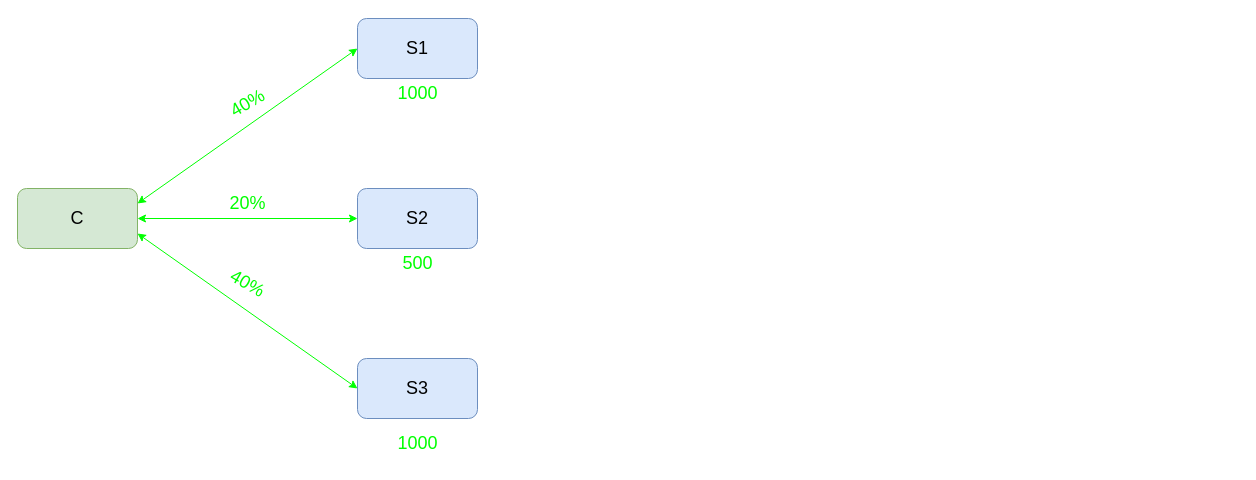
Before: tech/zzscf/权重.drawio in zhuanzhuan-tech/arch-draw-io, a draw.io diagram. Source tidied: cells renumbered, new cells numbered last; positions are measured from the earlier drawing's top-left corner, leaving out a move shared by most shapes. Both pictures are drawn from the tidied source at 100%, with x=0, y=0 at pixel (17, 18).
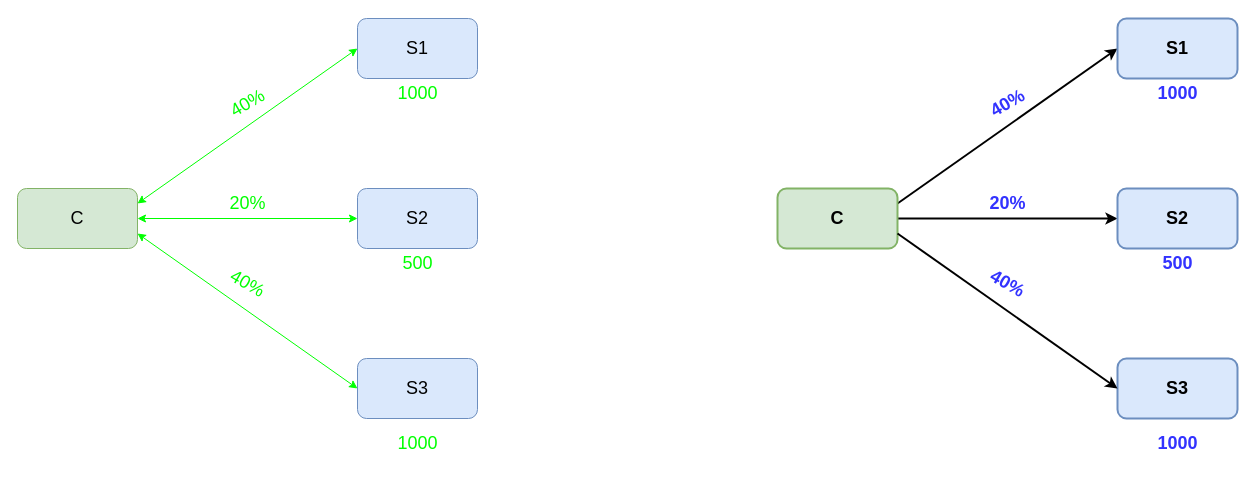
Above is the later version.

Change to the diagram source:
```diff
@@
+    <mxCell id="15" style="jettySize=auto;html=1;exitX=1;exitY=0.25;exitDx=0;exitDy=0;entryX=0;entryY=0.5;entryDx=0;entryDy=0;rounded=0;fontSize=18;startArrow=none;startFill=0;strokeColor=#000000;strokeWidth=2;" parent="1" edge="1" source="17" target="18">
+      <mxGeometry relative="1" as="geometry" />
+    </mxCell>
+    <mxCell id="16" style="edgeStyle=none;rounded=0;jettySize=auto;html=1;entryX=0;entryY=0.5;entryDx=0;entryDy=0;exitX=1;exitY=0.5;exitDx=0;exitDy=0;fontSize=18;startArrow=none;startFill=0;strokeColor=#000000;strokeWidth=2;" parent="1" edge="1" source="17" target="19">
+      <mxGeometry relative="1" as="geometry" />
+    </mxCell>
+    <mxCell id="17" value="&lt;b&gt;C&lt;/b&gt;" style="rounded=1;whiteSpace=wrap;html=1;fontSize=18;fillColor=#d5e8d4;strokeColor=#82b366;strokeWidth=2;" parent="1" vertex="1">
+      <mxGeometry x="760" y="170" width="120" height="60" as="geometry" />
+    </mxCell>
+    <mxCell id="18" value="&lt;b&gt;S1&lt;/b&gt;" style="rounded=1;whiteSpace=wrap;html=1;fontSize=18;fillColor=#dae8fc;strokeColor=#6c8ebf;strokeWidth=2;" parent="1" vertex="1">
+      <mxGeometry x="1100" width="120" height="60" as="geometry" />
+    </mxCell>
+    <mxCell id="19" value="&lt;b&gt;S2&lt;/b&gt;" style="rounded=1;whiteSpace=wrap;html=1;fontSize=18;fillColor=#dae8fc;strokeColor=#6c8ebf;strokeWidth=2;" parent="1" vertex="1">
+      <mxGeometry x="1100" y="170" width="120" height="60" as="geometry" />
+    </mxCell>
+    <mxCell id="20" value="&lt;b&gt;S3&lt;/b&gt;" style="rounded=1;whiteSpace=wrap;html=1;fontSize=18;fillColor=#dae8fc;strokeColor=#6c8ebf;strokeWidth=2;" parent="1" vertex="1">
+      <mxGeometry x="1100" y="340" width="120" height="60" as="geometry" />
+    </mxCell>
+    <mxCell id="21" value="20%" style="text;html=1;align=center;verticalAlign=middle;fillColor=none;strokeColor=none;rounded=0;fontSize=18;fontColor=#3333FF;fontStyle=1;" parent="1" vertex="1">
+      <mxGeometry x="960" y="165" width="60" height="40" as="geometry" />
+    </mxCell>
+    <mxCell id="22" style="jettySize=auto;html=1;exitX=1;exitY=0.75;exitDx=0;exitDy=0;entryX=0;entryY=0.5;entryDx=0;entryDy=0;rounded=0;fontSize=18;startArrow=none;startFill=0;strokeColor=#000000;strokeWidth=2;" parent="1" edge="1" source="17" target="20">
+      <mxGeometry relative="1" as="geometry" />
+    </mxCell>
+    <mxCell id="23" value="40%" style="text;html=1;align=center;verticalAlign=middle;fillColor=none;strokeColor=none;rounded=0;fontSize=18;fontColor=#3333FF;rotation=-30;fontStyle=1;" parent="1" vertex="1">
+      <mxGeometry x="960" y="65" width="60" height="40" as="geometry" />
+    </mxCell>
+    <mxCell id="24" value="40%" style="text;html=1;align=center;verticalAlign=middle;fillColor=none;strokeColor=none;rounded=0;fontSize=18;fontColor=#3333FF;rotation=30;fontStyle=1;" parent="1" vertex="1">
+      <mxGeometry x="960" y="245" width="60" height="40" as="geometry" />
+    </mxCell>
+    <mxCell id="25" value="1000" style="text;html=1;align=center;verticalAlign=middle;fillColor=none;strokeColor=none;rounded=0;fontSize=18;fontColor=#3333FF;fontStyle=1;" parent="1" vertex="1">
+      <mxGeometry x="1130" y="55" width="60" height="40" as="geometry" />
+    </mxCell>
+    <mxCell id="26" value="500" style="text;html=1;align=center;verticalAlign=middle;fillColor=none;strokeColor=none;rounded=0;fontSize=18;fontColor=#3333FF;fontStyle=1;" parent="1" vertex="1">
+      <mxGeometry x="1135" y="225" width="50" height="40" as="geometry" />
+    </mxCell>
+    <mxCell id="27" value="1000" style="text;html=1;align=center;verticalAlign=middle;fillColor=none;strokeColor=none;rounded=0;fontSize=18;fontColor=#3333FF;fontStyle=1;" parent="1" vertex="1">
+      <mxGeometry x="1130" y="405" width="60" height="40" as="geometry" />
+    </mxCell>
```
